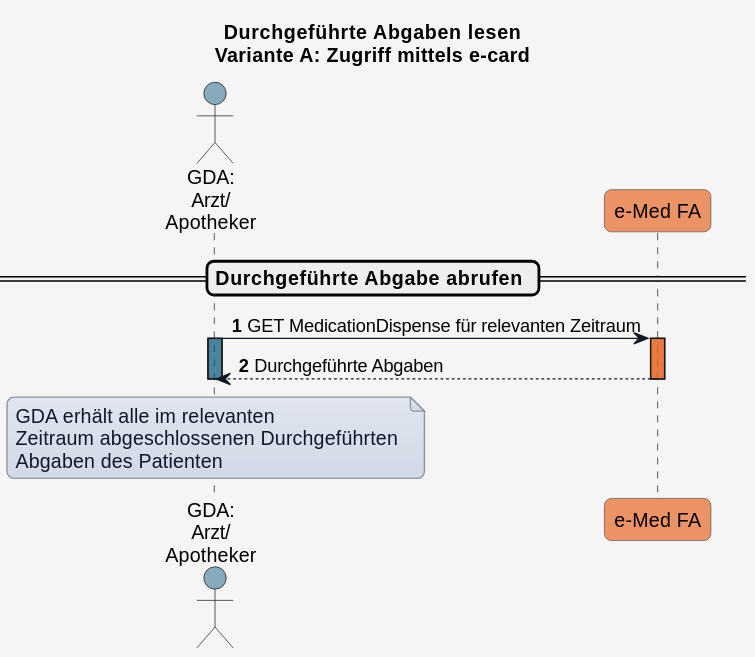
Above: input/images/plantuml/UC_eMed_07_02_a.svg in HL7Austria/ELGA-e-Medikation-R4 (PlantUML), before the change.
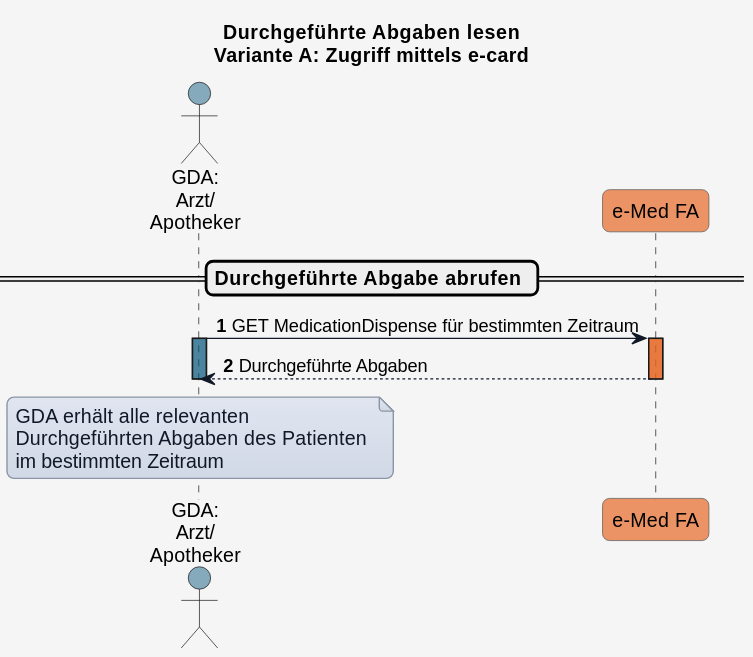
The same file after the commit.

The edit, as a diff of the source:
```diff
@@ -55,15 +55,15 @@
 
 == Durchgeführte Abgabe abrufen ==
 
-GDA_1 -> eMed_FA: GET MedicationDispense für relevanten Zeitraum
+GDA_1 -> eMed_FA: GET MedicationDispense für bestimmten Zeitraum
 activate GDA_1 COLOR_GDA_1
 activate eMed_FA COLOR_EMED_FA
 eMed_FA --> GDA_1: Durchgeführte Abgaben
 deactivate eMed_FA
 deactivate GDA_1
 note over GDA_1
-GDA erhält alle im relevanten
-Zeitraum abgeschlossenen Durchgeführten
-Abgaben des Patienten
+GDA erhält alle relevanten
+Durchgeführten Abgaben des Patienten
+im bestimmten Zeitraum
 end note
 @enduml
```
